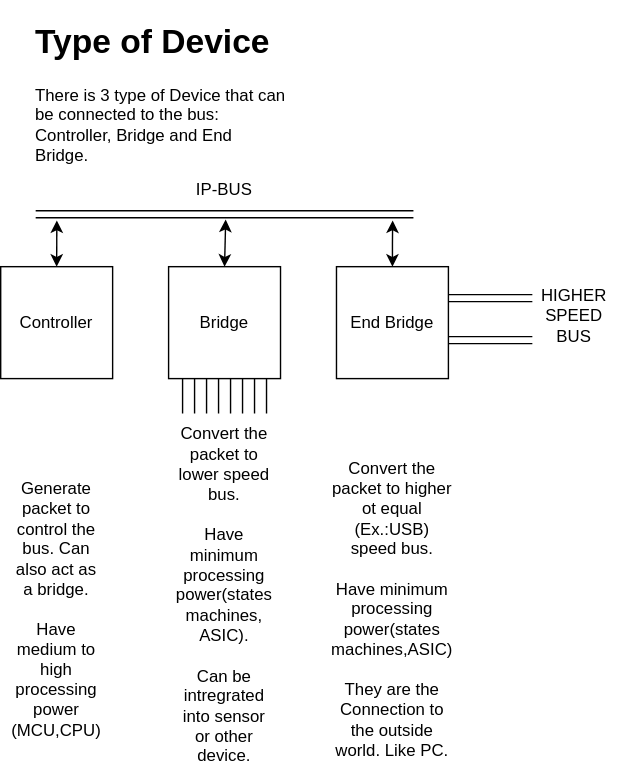
Earlier version of the draw.io export Controller_Bridge.svg (cdg66/BUS_figures). Source tidied: cells renumbered, new cells last; positions are measured from the earlier drawing's top-left corner, leaving out a move shared by most shapes.
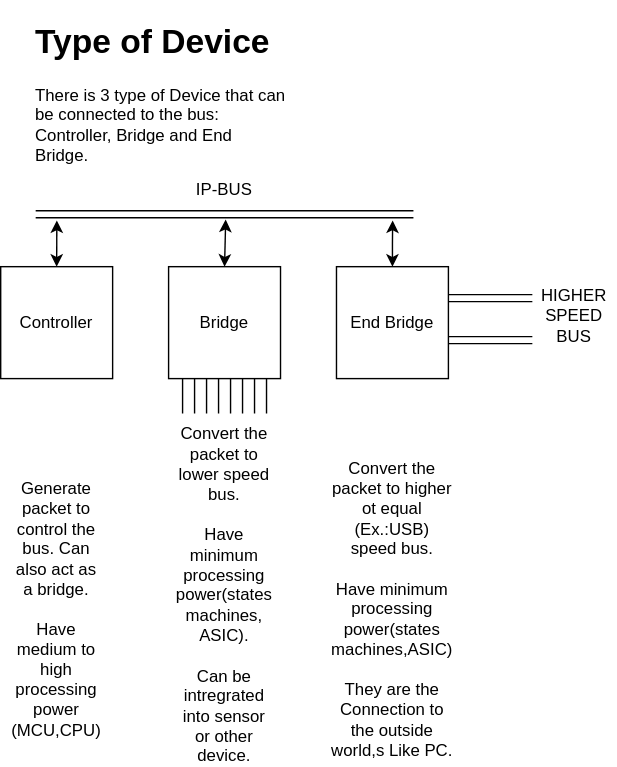
Later version of the same file.

Change to the diagram source:
```diff
@@ -14,7 +14,7 @@
     <mxCell id="5" value="&lt;div&gt;Convert the packet to lower speed bus.&lt;/div&gt;&lt;div&gt;&lt;br&gt;&lt;/div&gt;&lt;div&gt;Have minimum processing power(states machines, ASIC).&lt;/div&gt;&lt;div&gt;&lt;br&gt;&lt;/div&gt;&lt;div&gt;Can be intregrated into sensor or other device.&lt;br&gt;&lt;/div&gt;" style="text;html=1;strokeColor=none;fillColor=none;align=center;verticalAlign=middle;whiteSpace=wrap;rounded=0;" parent="1" vertex="1">
       <mxGeometry x="130" y="400" width="60" height="30" as="geometry" />
     </mxCell>
-    <mxCell id="6" value="&lt;div&gt;Convert the packet to higher ot equal (Ex.:USB) speed bus. &lt;br&gt;&lt;/div&gt;&lt;div&gt;&lt;br&gt;&lt;/div&gt;&lt;div&gt;Have minimum processing power(states machines,ASIC)&lt;/div&gt;&lt;div&gt;&lt;br&gt;&lt;/div&gt;&lt;div&gt;They are the Connection to the outside world. Like PC.&lt;br&gt;&lt;/div&gt;" style="text;html=1;strokeColor=none;fillColor=none;align=center;verticalAlign=middle;whiteSpace=wrap;rounded=0;" parent="1" vertex="1">
+    <mxCell id="6" value="&lt;div&gt;Convert the packet to higher ot equal (Ex.:USB) speed bus. &lt;br&gt;&lt;/div&gt;&lt;div&gt;&lt;br&gt;&lt;/div&gt;&lt;div&gt;Have minimum processing power(states machines,ASIC)&lt;/div&gt;&lt;div&gt;&lt;br&gt;&lt;/div&gt;&lt;div&gt;They are the Connection to the outside world,s Like PC.&lt;br&gt;&lt;/div&gt;" style="text;html=1;strokeColor=none;fillColor=none;align=center;verticalAlign=middle;whiteSpace=wrap;rounded=0;" parent="1" vertex="1">
       <mxGeometry x="250" y="410" width="60" height="30" as="geometry" />
     </mxCell>
     <mxCell id="7" value="&lt;div&gt;Generate packet to control the bus. Can also act as a bridge.&lt;/div&gt;&lt;div&gt;&lt;br&gt;&lt;/div&gt;&lt;div&gt;Have medium to high processing power&lt;/div&gt;&lt;div&gt;(MCU,CPU)&lt;/div&gt;" style="text;html=1;strokeColor=none;fillColor=none;align=center;verticalAlign=middle;whiteSpace=wrap;rounded=0;" parent="1" vertex="1">
```
